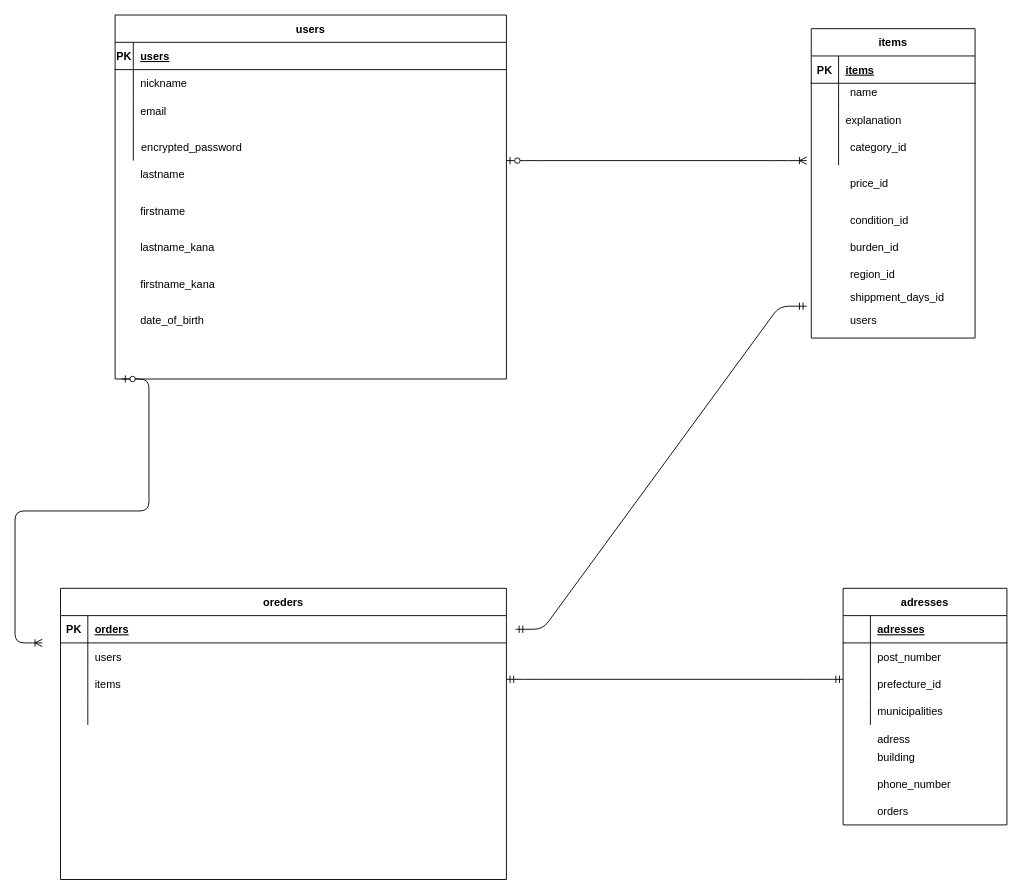
Earlier version of the draw.io diagram test.dio (mikimm/furima-38386). Source tidied: cells renumbered, new cells numbered last; positions are measured from the earlier drawing's top-left corner, leaving out a move shared by most shapes. Both pictures are drawn from the tidied source at 91%, with x=0, y=0 at pixel (42, 15).
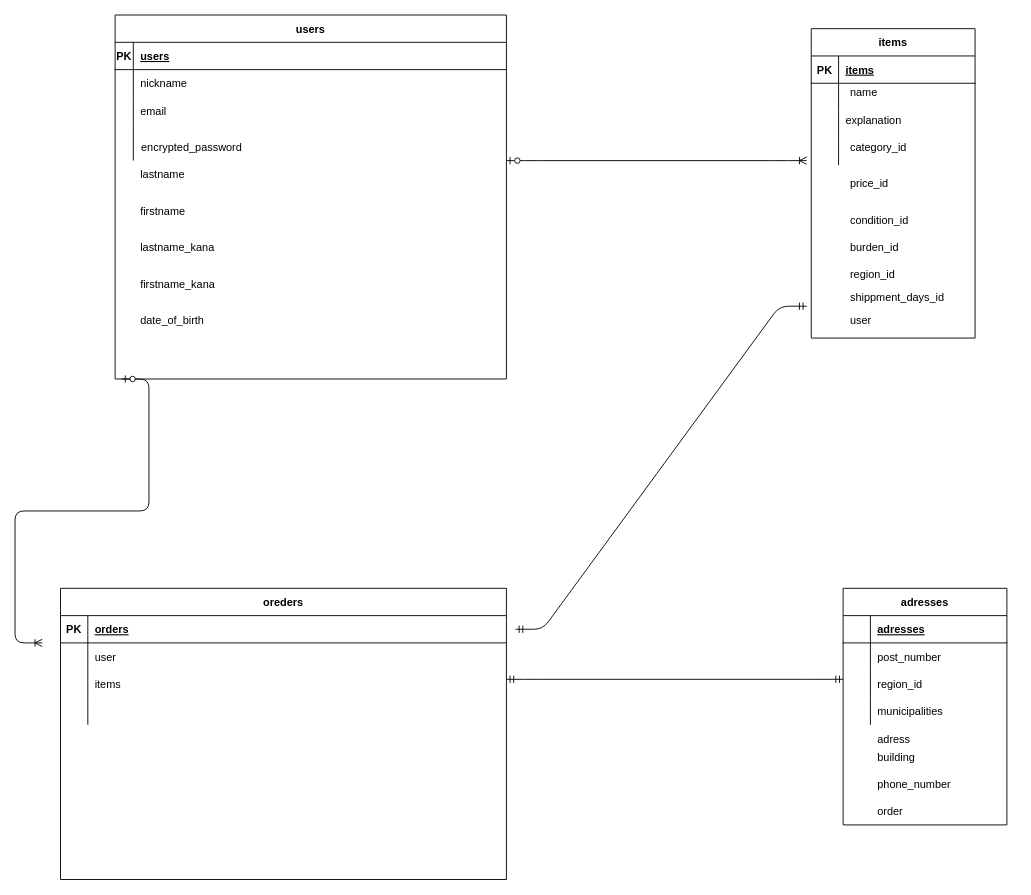
The same page after the edit.

Commit message (it also covers changes not shown here):
データベース設計３

The change refers to these unchanged cells:
```xml
<mxCell id="42" style="shape=partialRectangle;fillColor=none;top=0;left=0;bottom=0;right=0;" parent="35" vertex="1">
  <mxGeometry y="90" width="180" height="30" as="geometry" />
</mxCell>
<mxCell id="65" style="shape=partialRectangle;fillColor=none;top=0;left=0;bottom=0;right=0;" parent="61" vertex="1">
  <mxGeometry y="60" width="490" height="30" as="geometry" />
</mxCell>
```

Change to the diagram source:
```diff
@@
-    <mxCell id="44" value="prefecture_id" style="shape=partialRectangle;fillColor=none;top=0;left=0;bottom=0;right=0;align=left;spacingLeft=6;overflow=hidden;" parent="42" vertex="1">
+    <mxCell id="44" style="shape=partialRectangle;fillColor=none;top=0;left=0;bottom=0;right=0;align=left;spacingLeft=6;overflow=hidden;" parent="42" vertex="1">
       <mxGeometry x="30" width="150" height="30" as="geometry" />
     </mxCell>
@@
-    <mxCell id="60" value="users" style="shape=partialRectangle;fillColor=none;top=0;left=0;bottom=0;right=0;align=left;spacingLeft=6;overflow=hidden;" parent="1" vertex="1">
+    <mxCell id="60" value="user" style="shape=partialRectangle;fillColor=none;top=0;left=0;bottom=0;right=0;align=left;spacingLeft=6;overflow=hidden;" parent="1" vertex="1">
       <mxGeometry x="880" y="325" width="120" height="20" as="geometry" />
     </mxCell>
@@
-    <mxCell id="67" value="users" style="shape=partialRectangle;fillColor=none;top=0;left=0;bottom=0;right=0;align=left;spacingLeft=6;overflow=hidden;" parent="65" vertex="1">
+    <mxCell id="67" value="user" style="shape=partialRectangle;fillColor=none;top=0;left=0;bottom=0;right=0;align=left;spacingLeft=6;overflow=hidden;" parent="65" vertex="1">
       <mxGeometry x="30" width="460" height="30" as="geometry" />
     </mxCell>
@@
-    <mxCell id="78" value="orders" style="shape=partialRectangle;fillColor=none;top=0;left=0;bottom=0;right=0;align=left;spacingLeft=6;overflow=hidden;" parent="1" vertex="1">
+    <mxCell id="78" value="order" style="shape=partialRectangle;fillColor=none;top=0;left=0;bottom=0;right=0;align=left;spacingLeft=6;overflow=hidden;" parent="1" vertex="1">
       <mxGeometry x="910" y="860" width="150" height="30" as="geometry" />
     </mxCell>
+    <mxCell id="79" value="region_id" style="shape=partialRectangle;fillColor=none;top=0;left=0;bottom=0;right=0;align=left;spacingLeft=6;overflow=hidden;" parent="1" vertex="1">
+      <mxGeometry x="910" y="720" width="120" height="30" as="geometry" />
+    </mxCell>
```
